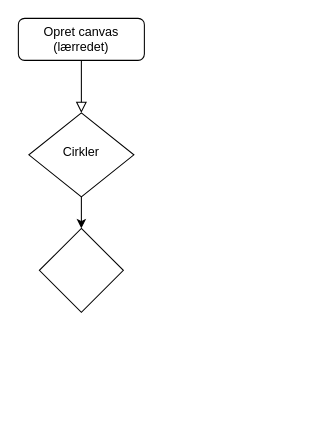
ElenaSchemel1/Portfolio keeps this draw.io diagram as Untitled Diagram.drawio. Above is the earlier version. Source tidied: cells renumbered, new cells numbered last; positions are measured from the earlier drawing's top-left corner, leaving out a move shared by most shapes. Both pictures are drawn from the tidied source at 105%, with x=0, y=0 at pixel (18, 18).
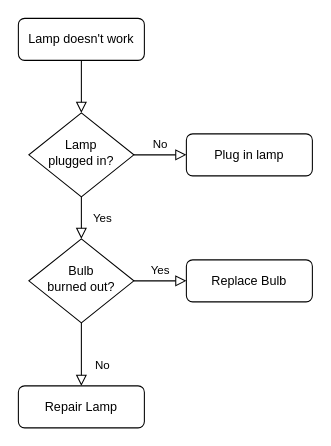
After the change.

Diff of the diagram source:
```diff
@@
 <mxGraphModel>
   <root>
     <mxCell id="0" />
     <mxCell id="1" parent="0" />
     <mxCell id="2" style="rounded=0;html=1;jettySize=auto;fontSize=11;endArrow=block;endFill=0;endSize=8;strokeWidth=1;shadow=0;labelBackgroundColor=none;edgeStyle=orthogonalEdgeStyle;" parent="1" edge="1" source="3" target="4">
       <mxGeometry relative="1" as="geometry" />
     </mxCell>
-    <mxCell id="3" value="Opret canvas (lærredet)" style="rounded=1;whiteSpace=wrap;html=1;fontSize=12;glass=0;strokeWidth=1;shadow=0;" parent="1" vertex="1">
+    <mxCell id="3" value="Lamp doesn't work" style="rounded=1;whiteSpace=wrap;html=1;fontSize=12;glass=0;strokeWidth=1;shadow=0;" parent="1" vertex="1">
       <mxGeometry width="120" height="40" as="geometry" />
     </mxCell>
+    <mxCell id="7" value="Yes" style="rounded=0;html=1;jettySize=auto;fontSize=11;endArrow=block;endFill=0;endSize=8;strokeWidth=1;shadow=0;labelBackgroundColor=none;edgeStyle=orthogonalEdgeStyle;" parent="1" edge="1" source="4" target="12">
+      <mxGeometry y="20" relative="1" as="geometry" />
+    </mxCell>
+    <mxCell id="8" value="No" style="edgeStyle=orthogonalEdgeStyle;rounded=0;html=1;jettySize=auto;fontSize=11;endArrow=block;endFill=0;endSize=8;strokeWidth=1;shadow=0;labelBackgroundColor=none;" parent="1" edge="1" source="4" target="9">
+      <mxGeometry y="10" relative="1" as="geometry" />
+    </mxCell>
-    <mxCell id="4" value="Cirkler" style="rhombus;whiteSpace=wrap;html=1;shadow=0;fontFamily=Helvetica;fontSize=12;align=center;strokeWidth=1;spacing=6;spacingTop=-4;" parent="1" vertex="1">
+    <mxCell id="4" value="Lamp&lt;br&gt;plugged in?" style="rhombus;whiteSpace=wrap;html=1;shadow=0;fontFamily=Helvetica;fontSize=12;align=center;strokeWidth=1;spacing=6;spacingTop=-4;" parent="1" vertex="1">
       <mxGeometry x="10" y="90" width="100" height="80" as="geometry" />
     </mxCell>
-    <mxCell id="5" style="endArrow=classic;html=1;rounded=0;exitX=0.5;exitY=1;exitDx=0;exitDy=0;" parent="1" edge="1" source="4">
-      <mxGeometry relative="1" as="geometry">
-        <mxPoint x="60" y="200" as="targetPoint" />
-      </mxGeometry>
-    </mxCell>
-    <mxCell id="6" style="rhombus;whiteSpace=wrap;html=1;" parent="1" vertex="1">
-      <mxGeometry x="20" y="200" width="80" height="80" as="geometry" />
-    </mxCell>
+    <mxCell id="9" value="Plug in lamp" style="rounded=1;whiteSpace=wrap;html=1;fontSize=12;glass=0;strokeWidth=1;shadow=0;" parent="1" vertex="1">
+      <mxGeometry x="160" y="110" width="120" height="40" as="geometry" />
+    </mxCell>
+    <mxCell id="10" value="No" style="rounded=0;html=1;jettySize=auto;fontSize=11;endArrow=block;endFill=0;endSize=8;strokeWidth=1;shadow=0;labelBackgroundColor=none;edgeStyle=orthogonalEdgeStyle;" parent="1" edge="1" source="12" target="13">
+      <mxGeometry x="0.33" y="20" relative="1" as="geometry" />
+    </mxCell>
+    <mxCell id="11" value="Yes" style="edgeStyle=orthogonalEdgeStyle;rounded=0;html=1;jettySize=auto;fontSize=11;endArrow=block;endFill=0;endSize=8;strokeWidth=1;shadow=0;labelBackgroundColor=none;" parent="1" edge="1" source="12" target="14">
+      <mxGeometry y="10" relative="1" as="geometry" />
+    </mxCell>
+    <mxCell id="12" value="Bulb&lt;br&gt;burned out?" style="rhombus;whiteSpace=wrap;html=1;shadow=0;fontFamily=Helvetica;fontSize=12;align=center;strokeWidth=1;spacing=6;spacingTop=-4;" parent="1" vertex="1">
+      <mxGeometry x="10" y="210" width="100" height="80" as="geometry" />
+    </mxCell>
+    <mxCell id="13" value="Repair Lamp" style="rounded=1;whiteSpace=wrap;html=1;fontSize=12;glass=0;strokeWidth=1;shadow=0;" parent="1" vertex="1">
+      <mxGeometry y="350" width="120" height="40" as="geometry" />
+    </mxCell>
+    <mxCell id="14" value="Replace Bulb" style="rounded=1;whiteSpace=wrap;html=1;fontSize=12;glass=0;strokeWidth=1;shadow=0;" parent="1" vertex="1">
+      <mxGeometry x="160" y="230" width="120" height="40" as="geometry" />
+    </mxCell>
   </root>
 </mxGraphModel>
```
